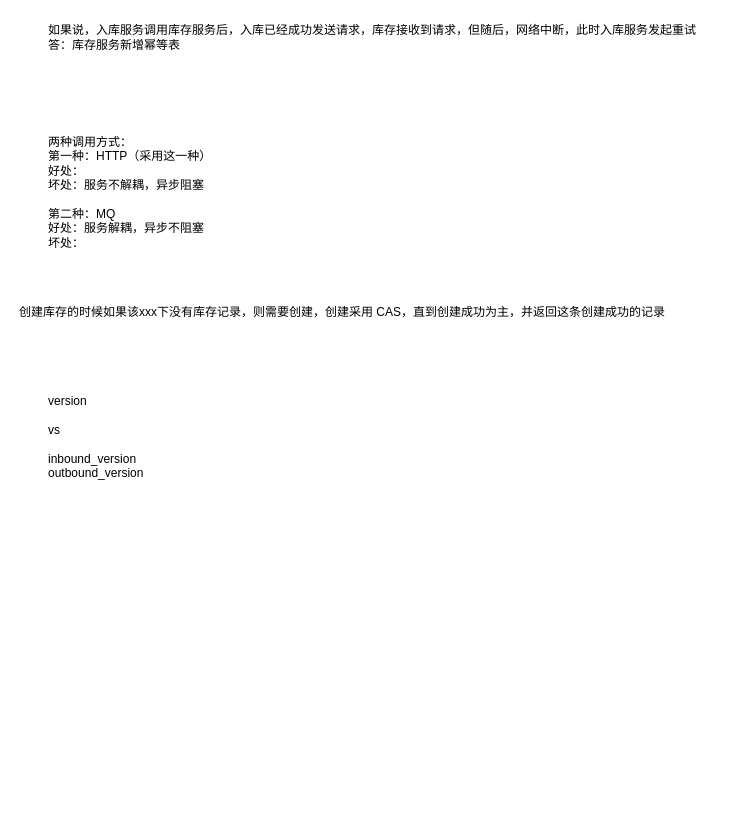
The draw.io diagram 库存数据准确性问题.drawio in HaiHuangCHN/diagrams, before the edit. Source tidied: cells renumbered, new cells numbered last; positions are measured from the earlier drawing's top-left corner, leaving out a move shared by most shapes. Both pictures are drawn from the tidied source at 100%, with x=0, y=0 at pixel (17, 17).
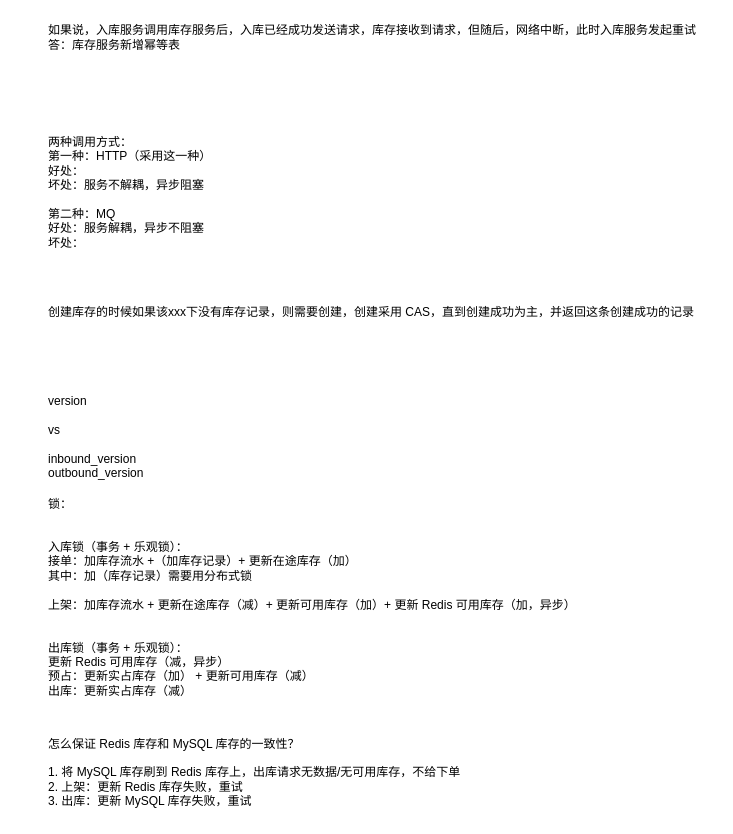
The same page after the edit.

Commit message:
更新库存数据准确性问题.drawio

Change to the diagram source:
```diff
@@
 <mxGraphModel>
   <root>
     <mxCell id="0" />
     <mxCell id="1" parent="0" />
     <mxCell id="2" value="如果说，入库服务调用库存服务后，入库已经成功发送请求，库存接收到请求，但随后，网络中断，此时入库服务发起重试&lt;div&gt;答：库存服务新增幂等表&lt;/div&gt;" style="text;html=1;align=left;verticalAlign=middle;strokeColor=none;fillColor=none;" parent="1" vertex="1">
       <mxGeometry x="29" width="670" height="40" as="geometry" />
     </mxCell>
     <mxCell id="3" value="两种调用方式：&lt;div&gt;第一种：HTTP（采用这一种）&lt;/div&gt;&lt;div&gt;好处：&lt;/div&gt;&lt;div&gt;坏处：服务不解耦，异步阻塞&lt;/div&gt;&lt;div&gt;&lt;br&gt;&lt;/div&gt;&lt;div&gt;第二种：MQ&lt;/div&gt;&lt;div&gt;好处：服务解耦，异步不阻塞&lt;/div&gt;&lt;div&gt;坏处：&lt;/div&gt;" style="text;html=1;align=left;verticalAlign=middle;strokeColor=none;fillColor=none;" parent="1" vertex="1">
       <mxGeometry x="29" y="110" width="190" height="130" as="geometry" />
     </mxCell>
     <mxCell id="4" value="创建库存的时候如果该xxx下没有库存记录，则需要创建，创建采用 CAS，直到创建成功为主，并返回这条创建成功的记录" style="text;html=1;align=left;verticalAlign=middle;strokeColor=none;fillColor=none;" parent="1" vertex="1">
-      <mxGeometry y="280" width="670" height="30" as="geometry" />
+      <mxGeometry x="29" y="280" width="670" height="30" as="geometry" />
     </mxCell>
     <mxCell id="5" value="&lt;div&gt;version&lt;/div&gt;&lt;div&gt;&lt;br&gt;&lt;/div&gt;&lt;div&gt;vs&lt;/div&gt;&lt;div&gt;&lt;br&gt;&lt;/div&gt;inbound_version&lt;div&gt;outbound_version&lt;/div&gt;" style="text;html=1;align=left;verticalAlign=middle;strokeColor=none;fillColor=none;" parent="1" vertex="1">
       <mxGeometry x="29" y="370" width="120" height="100" as="geometry" />
     </mxCell>
+    <mxCell id="6" value="锁：&lt;div&gt;&lt;br&gt;&lt;div&gt;&lt;br&gt;&lt;/div&gt;&lt;div&gt;入库锁（事务 + 乐观锁）：&lt;/div&gt;&lt;div&gt;接单：加库存流水 +（加库存记录）+ 更新在途库存（加）&lt;/div&gt;&lt;div&gt;其中：加（库存记录）需要用分布式锁&lt;/div&gt;&lt;div&gt;&lt;br&gt;&lt;/div&gt;&lt;div&gt;上架：加库存流水 +&amp;nbsp;&lt;span style=&quot;background-color: transparent; color: light-dark(rgb(0, 0, 0), rgb(255, 255, 255));&quot;&gt;更新在途库存（减）&lt;/span&gt;&lt;span style=&quot;background-color: transparent; color: light-dark(rgb(0, 0, 0), rgb(255, 255, 255));&quot;&gt;+ 更新可用库存（加）+ 更新 Redis 可用库存（加，异步）&lt;/span&gt;&lt;/div&gt;&lt;div&gt;&lt;br&gt;&lt;/div&gt;&lt;div&gt;&lt;br&gt;&lt;/div&gt;&lt;div&gt;&lt;span style=&quot;background-color: transparent; color: light-dark(rgb(0, 0, 0), rgb(255, 255, 255));&quot;&gt;出库锁（&lt;/span&gt;&lt;span style=&quot;background-color: transparent; color: light-dark(rgb(0, 0, 0), rgb(255, 255, 255));&quot;&gt;事务 +&lt;/span&gt;&lt;span style=&quot;background-color: transparent; color: light-dark(rgb(0, 0, 0), rgb(255, 255, 255));&quot;&gt;&amp;nbsp;&lt;/span&gt;&lt;span style=&quot;background-color: transparent; color: light-dark(rgb(0, 0, 0), rgb(255, 255, 255));&quot;&gt;乐观锁）：&lt;/span&gt;&lt;/div&gt;&lt;div&gt;更新 Redis 可用库存（减，异步）&lt;span style=&quot;background-color: transparent; color: light-dark(rgb(0, 0, 0), rgb(255, 255, 255));&quot;&gt;&lt;/span&gt;&lt;/div&gt;&lt;div&gt;预占：&lt;span style=&quot;background-color: transparent; color: light-dark(rgb(0, 0, 0), rgb(255, 255, 255));&quot;&gt;更新&lt;/span&gt;&lt;span style=&quot;background-color: transparent; color: light-dark(rgb(0, 0, 0), rgb(255, 255, 255));&quot;&gt;实占库存（加） +&amp;nbsp;&lt;/span&gt;&lt;span style=&quot;background-color: transparent; color: light-dark(rgb(0, 0, 0), rgb(255, 255, 255));&quot;&gt;更新可用库存（减）&lt;/span&gt;&lt;/div&gt;&lt;/div&gt;&lt;div&gt;&lt;span style=&quot;background-color: transparent; color: light-dark(rgb(0, 0, 0), rgb(255, 255, 255));&quot;&gt;出库：&lt;/span&gt;&lt;span style=&quot;background-color: transparent; color: light-dark(rgb(0, 0, 0), rgb(255, 255, 255));&quot;&gt;更新&lt;/span&gt;&lt;span style=&quot;background-color: transparent; color: light-dark(rgb(0, 0, 0), rgb(255, 255, 255));&quot;&gt;实占库存（减）&lt;/span&gt;&lt;/div&gt;" style="text;html=1;align=left;verticalAlign=middle;strokeColor=none;fillColor=none;" parent="1" vertex="1">
+      <mxGeometry x="29" y="475" width="550" height="210" as="geometry" />
+    </mxCell>
+    <mxCell id="7" value="怎么保证 Redis 库存和 MySQL 库存的一致性？&lt;div&gt;&lt;br&gt;&lt;/div&gt;&lt;div&gt;1. 将 MySQL 库存刷到 Redis 库存上，出库请求无数据/无可用库存，不给下单&lt;/div&gt;&lt;div&gt;2. 上架：&lt;span style=&quot;background-color: transparent; color: light-dark(rgb(0, 0, 0), rgb(255, 255, 255));&quot;&gt;更新 Redis 库存失败，重试&lt;/span&gt;&lt;/div&gt;&lt;div&gt;&lt;span style=&quot;background-color: transparent; color: light-dark(rgb(0, 0, 0), rgb(255, 255, 255));&quot;&gt;3. 出库：更新 MySQL 库存失败，重试&lt;/span&gt;&lt;/div&gt;" style="text;html=1;align=left;verticalAlign=middle;strokeColor=none;fillColor=none;" parent="1" vertex="1">
+      <mxGeometry x="29" y="710" width="440" height="90" as="geometry" />
+    </mxCell>
   </root>
 </mxGraphModel>
```
